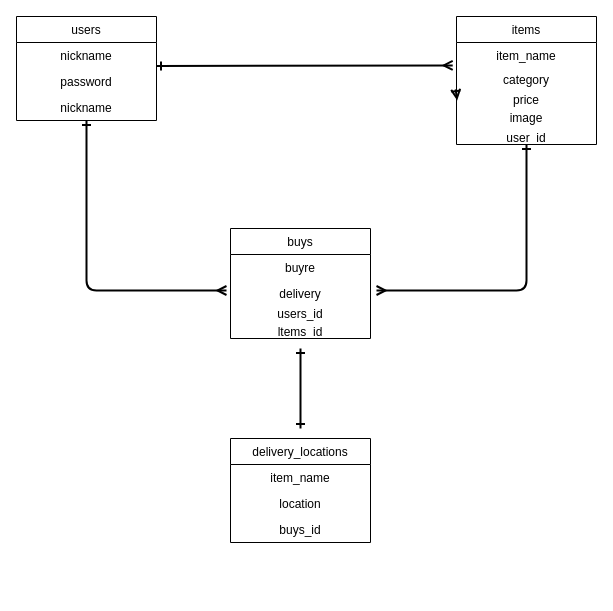
The draw.io diagram datebase.craft.dio in EgoisticHero3245/furima-38757, before the edit. Source tidied: cells renumbered, new cells numbered last; positions are measured from the earlier drawing's top-left corner, leaving out a move shared by most shapes. Both pictures are drawn from the tidied source at 100%, with x=0, y=0 at pixel (16, 16).
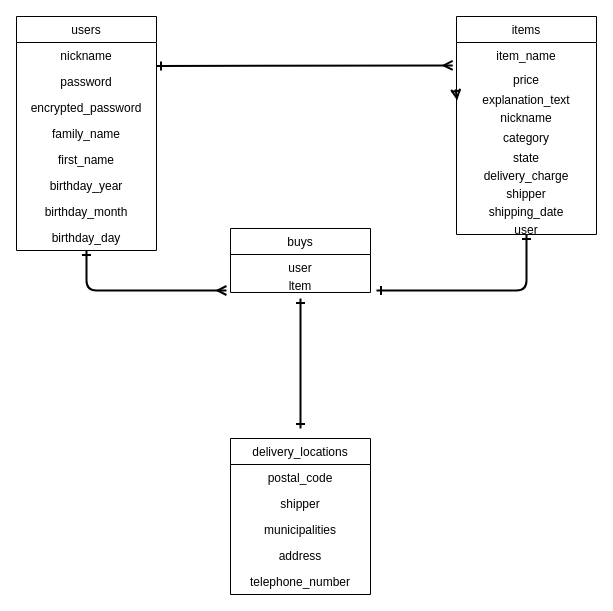
The same diagram, later.

Change to the diagram source:
```diff
@@
     <mxCell id="4" value="users" style="swimlane;fontStyle=0;horizontal=1;startSize=26;fillColor=none;" parent="1" vertex="1">
-      <mxGeometry width="140" height="104" as="geometry" />
+      <mxGeometry width="140" height="234" as="geometry" />
     </mxCell>
@@
-    <mxCell id="7" value="nickname" style="text;strokeColor=none;fillColor=none;align=center;verticalAlign=top;spacingLeft=4;spacingRight=4;overflow=hidden;" parent="4" vertex="1">
-      <mxGeometry y="78" width="140" height="26" as="geometry" />
-    </mxCell>
+    <mxCell id="26" value="encrypted_password" style="text;strokeColor=none;fillColor=none;align=center;verticalAlign=top;spacingLeft=4;spacingRight=4;overflow=hidden;" parent="4" vertex="1">
+      <mxGeometry y="78" width="140" height="26" as="geometry" />
+    </mxCell>
+    <mxCell id="27" value="family_name" style="text;strokeColor=none;fillColor=none;align=center;verticalAlign=top;spacingLeft=4;spacingRight=4;overflow=hidden;" parent="4" vertex="1">
+      <mxGeometry y="104" width="140" height="26" as="geometry" />
+    </mxCell>
+    <mxCell id="28" value="first_name" style="text;strokeColor=none;fillColor=none;align=center;verticalAlign=top;spacingLeft=4;spacingRight=4;overflow=hidden;" parent="4" vertex="1">
+      <mxGeometry y="130" width="140" height="26" as="geometry" />
+    </mxCell>
+    <mxCell id="29" value="birthday_year" style="text;strokeColor=none;fillColor=none;align=center;verticalAlign=top;spacingLeft=4;spacingRight=4;overflow=hidden;" parent="4" vertex="1">
+      <mxGeometry y="156" width="140" height="26" as="geometry" />
+    </mxCell>
+    <mxCell id="30" value="birthday_month" style="text;strokeColor=none;fillColor=none;align=center;verticalAlign=top;spacingLeft=4;spacingRight=4;overflow=hidden;" parent="4" vertex="1">
+      <mxGeometry y="182" width="140" height="26" as="geometry" />
+    </mxCell>
+    <mxCell id="31" value="birthday_day" style="text;strokeColor=none;fillColor=none;align=center;verticalAlign=top;spacingLeft=4;spacingRight=4;overflow=hidden;" parent="4" vertex="1">
+      <mxGeometry y="208" width="140" height="26" as="geometry" />
+    </mxCell>
-    <mxCell id="8" style="edgeStyle=none;html=1;fontSize=20;startArrow=ERone;startFill=0;endArrow=ERmany;endFill=0;targetPerimeterSpacing=0;strokeColor=default;strokeWidth=2;" parent="1" edge="1" source="9">
+    <mxCell id="8" style="edgeStyle=none;html=1;fontSize=20;startArrow=ERone;startFill=0;endArrow=ERone;endFill=0;targetPerimeterSpacing=0;strokeColor=default;strokeWidth=2;" parent="1" edge="1" source="9">
       <mxGeometry relative="1" as="geometry">
         <mxPoint x="360" y="274" as="targetPoint" />
         <Array as="points">
           <mxPoint x="510" y="274" />
         </Array>
       </mxGeometry>
     </mxCell>
     <mxCell id="9" value="items" style="swimlane;fontStyle=0;horizontal=1;startSize=26;fillColor=none;align=center;" parent="1" vertex="1">
-      <mxGeometry x="440" width="140" height="128" as="geometry" />
+      <mxGeometry x="440" width="140" height="218" as="geometry" />
     </mxCell>
@@
-    <mxCell id="11" value="category" style="text;strokeColor=none;fillColor=none;align=center;verticalAlign=top;spacingLeft=4;spacingRight=4;overflow=hidden;" parent="9" vertex="1">
+    <mxCell id="11" value="price" style="text;strokeColor=none;fillColor=none;align=center;verticalAlign=top;spacingLeft=4;spacingRight=4;overflow=hidden;" parent="9" vertex="1">
       <mxGeometry y="50" width="140" height="20" as="geometry" />
     </mxCell>
-    <mxCell id="12" value="price" style="text;strokeColor=none;fillColor=none;align=center;verticalAlign=top;spacingLeft=4;spacingRight=4;overflow=hidden;points=[[0,0.5],[1,0.5]];portConstraint=eastwest;" parent="9" vertex="1">
+    <mxCell id="12" value="explanation_text" style="text;strokeColor=none;fillColor=none;align=center;verticalAlign=top;spacingLeft=4;spacingRight=4;overflow=hidden;points=[[0,0.5],[1,0.5]];portConstraint=eastwest;" parent="9" vertex="1">
       <mxGeometry y="70" width="140" height="18" as="geometry" />
     </mxCell>
-    <mxCell id="13" value="image" style="text;strokeColor=none;fillColor=none;align=center;verticalAlign=top;spacingLeft=4;spacingRight=4;overflow=hidden;" parent="9" vertex="1">
+    <mxCell id="13" value="nickname" style="text;strokeColor=none;fillColor=none;align=center;verticalAlign=top;spacingLeft=4;spacingRight=4;overflow=hidden;" parent="9" vertex="1">
       <mxGeometry y="88" width="140" height="20" as="geometry" />
     </mxCell>
-    <mxCell id="14" value="user_id" style="text;strokeColor=none;fillColor=none;align=center;verticalAlign=top;spacingLeft=4;spacingRight=4;overflow=hidden;" parent="9" vertex="1">
+    <mxCell id="14" value="category" style="text;strokeColor=none;fillColor=none;align=center;verticalAlign=top;spacingLeft=4;spacingRight=4;overflow=hidden;" parent="9" vertex="1">
       <mxGeometry y="108" width="140" height="20" as="geometry" />
     </mxCell>
@@
+    <mxCell id="32" value="state" style="text;strokeColor=none;fillColor=none;align=center;verticalAlign=top;spacingLeft=4;spacingRight=4;overflow=hidden;" parent="9" vertex="1">
+      <mxGeometry y="128" width="140" height="18" as="geometry" />
+    </mxCell>
+    <mxCell id="33" value="delivery_charge" style="text;strokeColor=none;fillColor=none;align=center;verticalAlign=top;spacingLeft=4;spacingRight=4;overflow=hidden;" parent="9" vertex="1">
+      <mxGeometry y="146" width="140" height="18" as="geometry" />
+    </mxCell>
+    <mxCell id="34" value="shipper" style="text;strokeColor=none;fillColor=none;align=center;verticalAlign=top;spacingLeft=4;spacingRight=4;overflow=hidden;" parent="9" vertex="1">
+      <mxGeometry y="164" width="140" height="18" as="geometry" />
+    </mxCell>
+    <mxCell id="35" value="shipping_date" style="text;strokeColor=none;fillColor=none;align=center;verticalAlign=top;spacingLeft=4;spacingRight=4;overflow=hidden;" parent="9" vertex="1">
+      <mxGeometry y="182" width="140" height="18" as="geometry" />
+    </mxCell>
+    <mxCell id="36" value="user" style="text;strokeColor=none;fillColor=none;align=center;verticalAlign=top;spacingLeft=4;spacingRight=4;overflow=hidden;" parent="9" vertex="1">
+      <mxGeometry y="200" width="140" height="18" as="geometry" />
+    </mxCell>
     <mxCell id="16" style="edgeStyle=none;html=1;fontSize=20;startArrow=ERone;startFill=0;endArrow=ERone;endFill=0;targetPerimeterSpacing=0;strokeColor=default;strokeWidth=2;" parent="1" edge="1">
       <mxGeometry relative="1" as="geometry">
-        <mxPoint x="284" y="332" as="sourcePoint" />
+        <mxPoint x="284" y="282" as="sourcePoint" />
         <mxPoint x="284" y="412" as="targetPoint" />
       </mxGeometry>
     </mxCell>
     <mxCell id="17" value="buys" style="swimlane;fontStyle=0;horizontal=1;startSize=26;fillColor=none;align=center;" parent="1" vertex="1">
-      <mxGeometry x="214" y="212" width="140" height="110" as="geometry" />
+      <mxGeometry x="214" y="212" width="140" height="64" as="geometry" />
     </mxCell>
-    <mxCell id="18" value="buyre" style="text;strokeColor=none;fillColor=none;align=center;verticalAlign=top;spacingLeft=4;spacingRight=4;overflow=hidden;" parent="17" vertex="1">
-      <mxGeometry y="26" width="140" height="26" as="geometry" />
-    </mxCell>
-    <mxCell id="19" value="delivery" style="text;strokeColor=none;fillColor=none;align=center;verticalAlign=top;spacingLeft=4;spacingRight=4;overflow=hidden;" parent="17" vertex="1">
-      <mxGeometry y="52" width="140" height="20" as="geometry" />
-    </mxCell>
-    <mxCell id="20" value="users_id" style="text;strokeColor=none;fillColor=none;align=center;verticalAlign=top;spacingLeft=4;spacingRight=4;overflow=hidden;" parent="17" vertex="1">
-      <mxGeometry y="72" width="140" height="18" as="geometry" />
+    <mxCell id="20" value="user" style="text;strokeColor=none;fillColor=none;align=center;verticalAlign=top;spacingLeft=4;spacingRight=4;overflow=hidden;" parent="17" vertex="1">
+      <mxGeometry y="26" width="140" height="18" as="geometry" />
     </mxCell>
-    <mxCell id="21" value="ltems_id" style="text;strokeColor=none;fillColor=none;align=center;verticalAlign=top;spacingLeft=4;spacingRight=4;overflow=hidden;" parent="17" vertex="1">
-      <mxGeometry y="90" width="140" height="20" as="geometry" />
+    <mxCell id="21" value="ltem" style="text;strokeColor=none;fillColor=none;align=center;verticalAlign=top;spacingLeft=4;spacingRight=4;overflow=hidden;" parent="17" vertex="1">
+      <mxGeometry y="44" width="140" height="20" as="geometry" />
     </mxCell>
     <mxCell id="22" value="delivery_locations" style="swimlane;fontStyle=0;horizontal=1;startSize=26;fillColor=none;" parent="1" vertex="1">
-      <mxGeometry x="214" y="422" width="140" height="104" as="geometry" />
+      <mxGeometry x="214" y="422" width="140" height="156" as="geometry" />
     </mxCell>
-    <mxCell id="23" value="item_name" style="text;strokeColor=none;fillColor=none;align=center;verticalAlign=top;spacingLeft=4;spacingRight=4;overflow=hidden;" parent="22" vertex="1">
+    <mxCell id="23" value="postal_code" style="text;strokeColor=none;fillColor=none;align=center;verticalAlign=top;spacingLeft=4;spacingRight=4;overflow=hidden;" parent="22" vertex="1">
       <mxGeometry y="26" width="140" height="26" as="geometry" />
     </mxCell>
-    <mxCell id="24" value="location" style="text;strokeColor=none;fillColor=none;align=center;verticalAlign=top;spacingLeft=4;spacingRight=4;overflow=hidden;" parent="22" vertex="1">
+    <mxCell id="24" value="shipper" style="text;strokeColor=none;fillColor=none;align=center;verticalAlign=top;spacingLeft=4;spacingRight=4;overflow=hidden;" parent="22" vertex="1">
       <mxGeometry y="52" width="140" height="26" as="geometry" />
     </mxCell>
-    <mxCell id="25" value="buys_id" style="text;strokeColor=none;fillColor=none;align=center;verticalAlign=top;spacingLeft=4;spacingRight=4;overflow=hidden;" parent="22" vertex="1">
+    <mxCell id="25" value="municipalities" style="text;strokeColor=none;fillColor=none;align=center;verticalAlign=top;spacingLeft=4;spacingRight=4;overflow=hidden;" parent="22" vertex="1">
       <mxGeometry y="78" width="140" height="26" as="geometry" />
     </mxCell>
+    <mxCell id="37" value="address" style="text;strokeColor=none;fillColor=none;align=center;verticalAlign=top;spacingLeft=4;spacingRight=4;overflow=hidden;" parent="22" vertex="1">
+      <mxGeometry y="104" width="140" height="26" as="geometry" />
+    </mxCell>
+    <mxCell id="38" value="telephone_number" style="text;strokeColor=none;fillColor=none;align=center;verticalAlign=top;spacingLeft=4;spacingRight=4;overflow=hidden;" parent="22" vertex="1">
+      <mxGeometry y="130" width="140" height="26" as="geometry" />
+    </mxCell>
```
